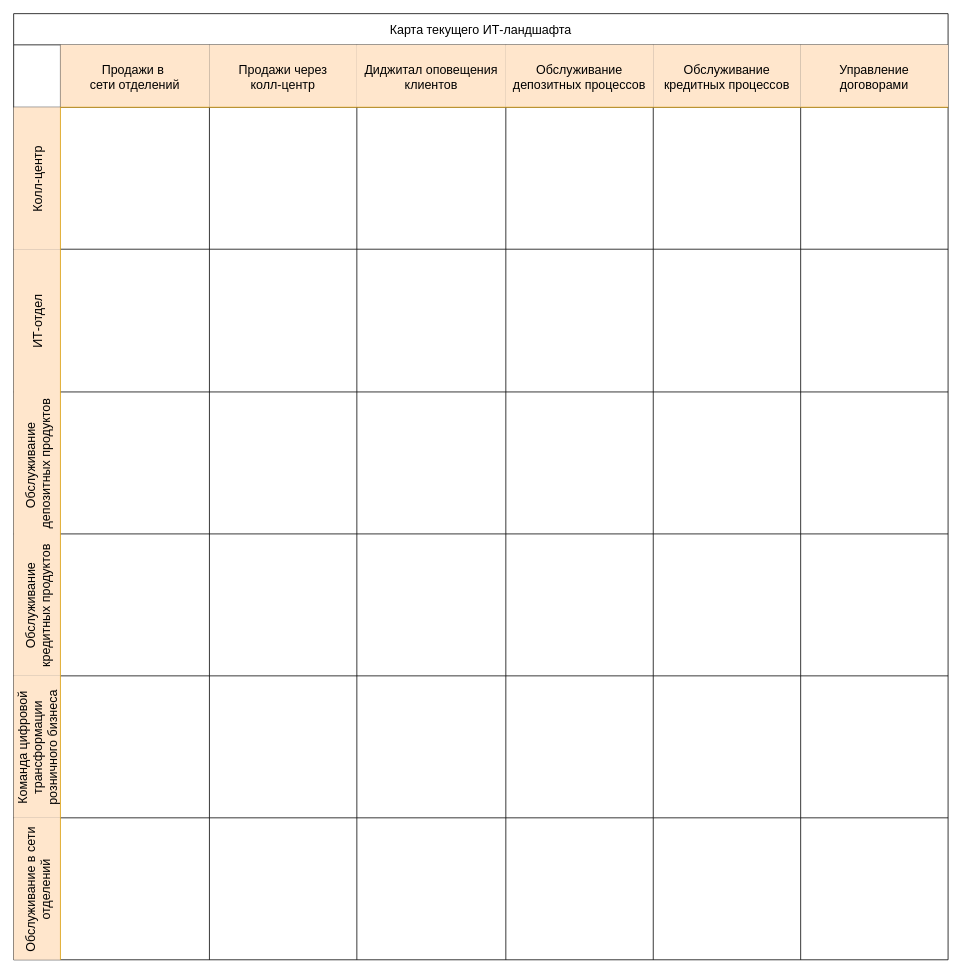
Earlier version of the draw.io diagram Task1/ИТ-ландшафт.drawio (realjungleman/architecture-standart). Source tidied: cells renumbered, new cells numbered last; positions are measured from the earlier drawing's top-left corner, leaving out a move shared by most shapes. Both pictures are drawn from the tidied source at 78%, with x=0, y=0 at pixel (13, 13).
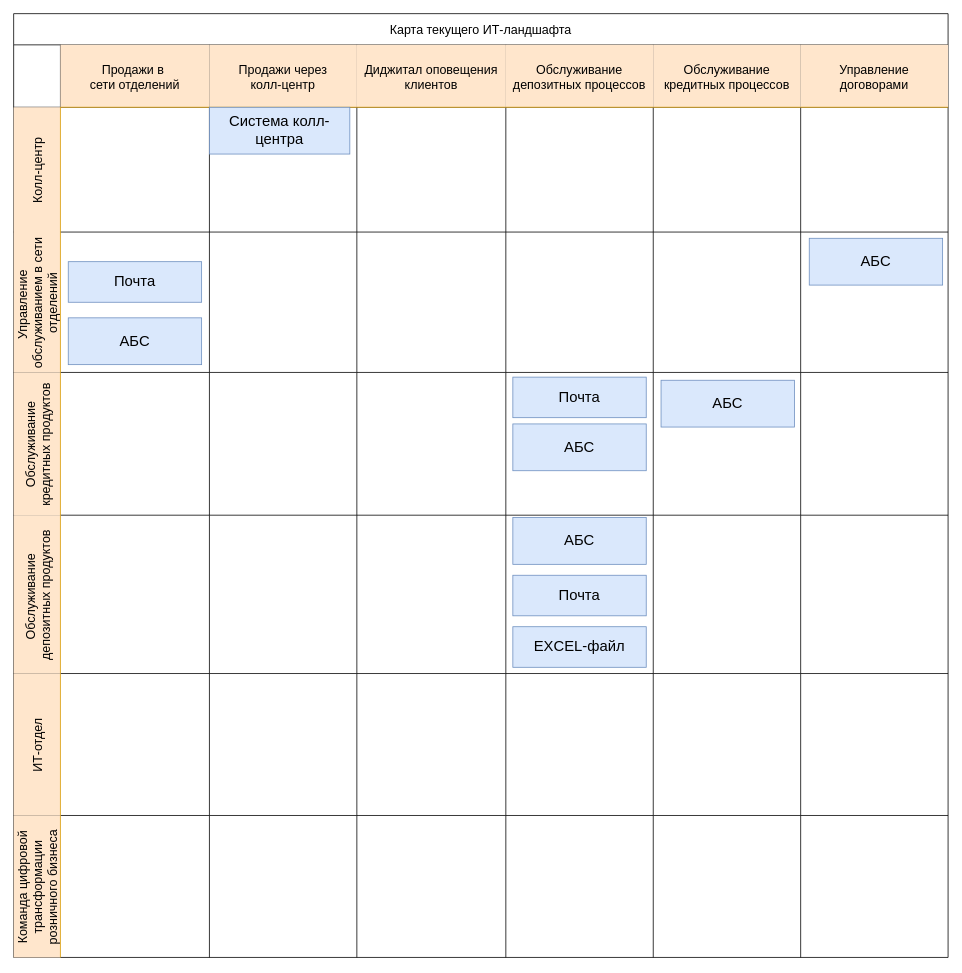
The same diagram, later.

Commit message (it also covers changes not shown here):
1_таск. ИТ-ландшафт и схема интеграций

The change refers to these unchanged cells:
```xml
<mxCell id="21" style="swimlane;swimlaneHead=0;swimlaneBody=0;fontStyle=0;strokeColor=inherit;fillColor=none;startSize=0;fontSize=16;" parent="17" vertex="1">
  <mxGeometry x="631" width="189" height="183" as="geometry" />
</mxCell>
<mxCell id="22" style="swimlane;swimlaneHead=0;swimlaneBody=0;fontStyle=0;strokeColor=inherit;fillColor=none;startSize=0;fontSize=16;" parent="17" vertex="1">
  <mxGeometry x="820" width="189" height="183" as="geometry" />
</mxCell>
```

Change to the diagram source:
```diff
@@
     <mxCell id="2" value="Карта текущего ИТ-ландшафта" style="shape=table;childLayout=tableLayout;startSize=40;fontSize=16;" parent="1" vertex="1">
-      <mxGeometry width="1198" height="1213" as="geometry" />
+      <mxGeometry width="1198" height="1210" as="geometry" />
     </mxCell>
@@
     <mxCell id="10" value="Колл-центр" style="shape=tableRow;horizontal=0;swimlaneHead=0;swimlaneBody=0;top=0;left=0;strokeColor=#d79b00;bottom=0;right=0;fontStyle=0;fillColor=#ffe6cc;startSize=60;fontSize=16;" parent="2" vertex="1">
-      <mxGeometry y="120" width="1198" height="182" as="geometry" />
+      <mxGeometry y="120" width="1198" height="160" as="geometry" />
     </mxCell>
     <mxCell id="11" style="swimlane;swimlaneHead=0;swimlaneBody=0;fontStyle=0;strokeColor=inherit;fillColor=none;startSize=0;fontSize=16;" parent="10" vertex="1">
-      <mxGeometry x="60" width="191" height="182" as="geometry" />
+      <mxGeometry x="60" width="191" height="160" as="geometry" />
     </mxCell>
     <mxCell id="12" style="swimlane;swimlaneHead=0;swimlaneBody=0;fontStyle=0;strokeColor=inherit;fillColor=none;startSize=0;fontSize=16;" parent="10" vertex="1">
-      <mxGeometry x="251" width="189" height="182" as="geometry" />
+      <mxGeometry x="251" width="189" height="160" as="geometry" />
     </mxCell>
+    <mxCell id="52" value="&lt;font style=&quot;font-size: 19px;&quot;&gt;Система колл-центра&lt;/font&gt;" style="text;html=1;whiteSpace=wrap;strokeColor=#6c8ebf;fillColor=#dae8fc;align=center;verticalAlign=middle;rounded=0;fontSize=16;" parent="12" vertex="1">
+      <mxGeometry width="180" height="60" as="geometry" />
+    </mxCell>
     <mxCell id="13" style="swimlane;swimlaneHead=0;swimlaneBody=0;fontStyle=0;strokeColor=inherit;fillColor=none;startSize=0;fontSize=16;" parent="10" vertex="1">
-      <mxGeometry x="440" width="191" height="182" as="geometry" />
+      <mxGeometry x="440" width="191" height="160" as="geometry" />
     </mxCell>
     <mxCell id="14" style="swimlane;swimlaneHead=0;swimlaneBody=0;fontStyle=0;strokeColor=inherit;fillColor=none;startSize=0;fontSize=16;" parent="10" vertex="1">
-      <mxGeometry x="631" width="189" height="182" as="geometry" />
+      <mxGeometry x="631" width="189" height="160" as="geometry" />
     </mxCell>
     <mxCell id="15" style="swimlane;swimlaneHead=0;swimlaneBody=0;fontStyle=0;strokeColor=inherit;fillColor=none;startSize=0;fontSize=16;" parent="10" vertex="1">
-      <mxGeometry x="820" width="189" height="182" as="geometry" />
+      <mxGeometry x="820" width="189" height="160" as="geometry" />
     </mxCell>
     <mxCell id="16" style="swimlane;swimlaneHead=0;swimlaneBody=0;fontStyle=0;strokeColor=inherit;fillColor=none;startSize=0;fontSize=16;" parent="10" vertex="1">
-      <mxGeometry x="1009" width="189" height="182" as="geometry" />
+      <mxGeometry x="1009" width="189" height="160" as="geometry" />
     </mxCell>
+    <mxCell id="53" value="Управление &#10;обслуживанием в сети&#10;отделений" style="shape=tableRow;horizontal=0;swimlaneHead=0;swimlaneBody=0;top=0;left=0;strokeColor=#d79b00;bottom=0;right=0;fontStyle=0;fillColor=#ffe6cc;startSize=60;fontSize=16;" parent="2" vertex="1">
+      <mxGeometry y="280" width="1198" height="180" as="geometry" />
+    </mxCell>
+    <mxCell id="54" style="swimlane;swimlaneHead=0;swimlaneBody=0;fontStyle=0;strokeColor=inherit;fillColor=none;startSize=0;fontSize=16;" parent="53" vertex="1">
+      <mxGeometry x="60" width="191" height="180" as="geometry" />
+    </mxCell>
+    <mxCell id="55" value="&lt;font style=&quot;font-size: 19px;&quot;&gt;Почта&lt;/font&gt;" style="text;html=1;whiteSpace=wrap;strokeColor=#6c8ebf;fillColor=#dae8fc;align=center;verticalAlign=middle;rounded=0;" parent="54" vertex="1">
+      <mxGeometry x="10" y="38" width="171" height="52" as="geometry" />
+    </mxCell>
+    <mxCell id="56" value="АБС" style="text;html=1;whiteSpace=wrap;strokeColor=#6c8ebf;fillColor=#dae8fc;align=center;verticalAlign=middle;rounded=0;fontSize=19;" parent="54" vertex="1">
+      <mxGeometry x="10" y="110" width="171" height="60" as="geometry" />
+    </mxCell>
+    <mxCell id="57" style="swimlane;swimlaneHead=0;swimlaneBody=0;fontStyle=0;strokeColor=inherit;fillColor=none;startSize=0;fontSize=16;" parent="53" vertex="1">
+      <mxGeometry x="251" width="189" height="180" as="geometry" />
+    </mxCell>
+    <mxCell id="58" style="swimlane;swimlaneHead=0;swimlaneBody=0;fontStyle=0;strokeColor=inherit;fillColor=none;startSize=0;fontSize=16;" parent="53" vertex="1">
+      <mxGeometry x="440" width="191" height="180" as="geometry" />
+    </mxCell>
+    <mxCell id="59" style="swimlane;swimlaneHead=0;swimlaneBody=0;fontStyle=0;strokeColor=inherit;fillColor=none;startSize=0;fontSize=16;" parent="53" vertex="1">
+      <mxGeometry x="631" width="189" height="180" as="geometry" />
+    </mxCell>
+    <mxCell id="60" style="swimlane;swimlaneHead=0;swimlaneBody=0;fontStyle=0;strokeColor=inherit;fillColor=none;startSize=0;fontSize=16;" parent="53" vertex="1">
+      <mxGeometry x="820" width="189" height="180" as="geometry" />
+    </mxCell>
+    <mxCell id="61" style="swimlane;swimlaneHead=0;swimlaneBody=0;fontStyle=0;strokeColor=inherit;fillColor=none;startSize=0;fontSize=16;" parent="53" vertex="1">
+      <mxGeometry x="1009" width="189" height="180" as="geometry" />
+    </mxCell>
+    <mxCell id="62" value="АБС" style="text;html=1;whiteSpace=wrap;strokeColor=#6c8ebf;fillColor=#dae8fc;align=center;verticalAlign=middle;rounded=0;fontSize=19;" parent="61" vertex="1">
+      <mxGeometry x="11" y="8" width="171" height="60" as="geometry" />
+    </mxCell>
-    <mxCell id="17" value="ИТ-отдел" style="shape=tableRow;horizontal=0;swimlaneHead=0;swimlaneBody=0;top=0;left=0;strokeColor=#d79b00;bottom=0;right=0;fontStyle=0;fillColor=#ffe6cc;startSize=60;fontSize=16;" parent="2" vertex="1">
-      <mxGeometry y="302" width="1198" height="183" as="geometry" />
+    <mxCell id="17" value="Обслуживание&#10;кредитных продуктов" style="shape=tableRow;horizontal=0;swimlaneHead=0;swimlaneBody=0;top=0;left=0;strokeColor=#d79b00;bottom=0;right=0;fontStyle=0;fillColor=#ffe6cc;startSize=60;fontSize=16;" parent="2" vertex="1">
+      <mxGeometry y="460" width="1198" height="183" as="geometry" />
     </mxCell>
@@
+    <mxCell id="63" value="&lt;font style=&quot;font-size: 19px;&quot;&gt;Почта&lt;/font&gt;" style="text;html=1;whiteSpace=wrap;strokeColor=#6c8ebf;fillColor=#dae8fc;align=center;verticalAlign=middle;rounded=0;" parent="21" vertex="1">
+      <mxGeometry x="9" y="6" width="171" height="52" as="geometry" />
+    </mxCell>
+    <mxCell id="64" value="АБС" style="text;html=1;whiteSpace=wrap;strokeColor=#6c8ebf;fillColor=#dae8fc;align=center;verticalAlign=middle;rounded=0;fontSize=19;" parent="21" vertex="1">
+      <mxGeometry x="9" y="66" width="171" height="60" as="geometry" />
+    </mxCell>
@@
+    <mxCell id="65" value="АБС" style="text;html=1;whiteSpace=wrap;strokeColor=#6c8ebf;fillColor=#dae8fc;align=center;verticalAlign=middle;rounded=0;fontSize=19;" parent="22" vertex="1">
+      <mxGeometry x="10" y="10" width="171" height="60" as="geometry" />
+    </mxCell>
@@
     <mxCell id="24" value="Обслуживание &#10;депозитных продуктов" style="shape=tableRow;horizontal=0;swimlaneHead=0;swimlaneBody=0;top=0;left=0;strokeColor=#d79b00;bottom=0;right=0;fontStyle=0;fillColor=#ffe6cc;startSize=60;fontSize=16;" parent="2" vertex="1">
-      <mxGeometry y="485" width="1198" height="182" as="geometry" />
+      <mxGeometry y="643" width="1198" height="203" as="geometry" />
     </mxCell>
     <mxCell id="25" style="swimlane;swimlaneHead=0;swimlaneBody=0;fontStyle=0;strokeColor=inherit;fillColor=none;startSize=0;fontSize=16;" parent="24" vertex="1">
-      <mxGeometry x="60" width="191" height="182" as="geometry" />
+      <mxGeometry x="60" width="191" height="203" as="geometry" />
     </mxCell>
     <mxCell id="26" style="swimlane;swimlaneHead=0;swimlaneBody=0;fontStyle=0;strokeColor=inherit;fillColor=none;startSize=0;fontSize=16;" parent="24" vertex="1">
-      <mxGeometry x="251" width="189" height="182" as="geometry" />
+      <mxGeometry x="251" width="189" height="203" as="geometry" />
     </mxCell>
     <mxCell id="27" style="swimlane;swimlaneHead=0;swimlaneBody=0;fontStyle=0;strokeColor=inherit;fillColor=none;startSize=0;fontSize=16;" parent="24" vertex="1">
-      <mxGeometry x="440" width="191" height="182" as="geometry" />
+      <mxGeometry x="440" width="191" height="203" as="geometry" />
     </mxCell>
     <mxCell id="28" style="swimlane;swimlaneHead=0;swimlaneBody=0;fontStyle=0;strokeColor=inherit;fillColor=none;startSize=0;fontSize=16;" parent="24" vertex="1">
-      <mxGeometry x="631" width="189" height="182" as="geometry" />
+      <mxGeometry x="631" width="189" height="203" as="geometry" />
     </mxCell>
+    <mxCell id="66" value="АБС" style="text;html=1;whiteSpace=wrap;strokeColor=#6c8ebf;fillColor=#dae8fc;align=center;verticalAlign=middle;rounded=0;fontSize=19;" parent="28" vertex="1">
+      <mxGeometry x="9" y="3" width="171" height="60" as="geometry" />
+    </mxCell>
+    <mxCell id="67" value="&lt;font style=&quot;font-size: 19px;&quot;&gt;Почта&lt;/font&gt;" style="text;html=1;whiteSpace=wrap;strokeColor=#6c8ebf;fillColor=#dae8fc;align=center;verticalAlign=middle;rounded=0;" parent="28" vertex="1">
+      <mxGeometry x="9" y="77" width="171" height="52" as="geometry" />
+    </mxCell>
+    <mxCell id="68" value="&lt;font style=&quot;font-size: 19px;&quot;&gt;EXCEL-файл&lt;/font&gt;" style="text;html=1;whiteSpace=wrap;strokeColor=#6c8ebf;fillColor=#dae8fc;align=center;verticalAlign=middle;rounded=0;" parent="28" vertex="1">
+      <mxGeometry x="9" y="143" width="171" height="52" as="geometry" />
+    </mxCell>
     <mxCell id="29" style="swimlane;swimlaneHead=0;swimlaneBody=0;fontStyle=0;strokeColor=inherit;fillColor=none;startSize=0;fontSize=16;" parent="24" vertex="1">
-      <mxGeometry x="820" width="189" height="182" as="geometry" />
+      <mxGeometry x="820" width="189" height="203" as="geometry" />
     </mxCell>
     <mxCell id="30" style="swimlane;swimlaneHead=0;swimlaneBody=0;fontStyle=0;strokeColor=inherit;fillColor=none;startSize=0;fontSize=16;" parent="24" vertex="1">
-      <mxGeometry x="1009" width="189" height="182" as="geometry" />
+      <mxGeometry x="1009" width="189" height="203" as="geometry" />
     </mxCell>
-    <mxCell id="31" value="Обслуживание&#10;кредитных продуктов" style="shape=tableRow;horizontal=0;swimlaneHead=0;swimlaneBody=0;top=0;left=0;strokeColor=#d79b00;bottom=0;right=0;fontStyle=0;fillColor=#ffe6cc;startSize=60;fontSize=16;" parent="2" vertex="1">
-      <mxGeometry y="667" width="1198" height="182" as="geometry" />
+    <mxCell id="31" value="ИТ-отдел" style="shape=tableRow;horizontal=0;swimlaneHead=0;swimlaneBody=0;top=0;left=0;strokeColor=#d79b00;bottom=0;right=0;fontStyle=0;fillColor=#ffe6cc;startSize=60;fontSize=16;" parent="2" vertex="1">
+      <mxGeometry y="846" width="1198" height="182" as="geometry" />
     </mxCell>
@@
     <mxCell id="38" value="Команда цифровой&#10;трансформации&#10;розничного бизнеса" style="shape=tableRow;horizontal=0;swimlaneHead=0;swimlaneBody=0;top=0;left=0;strokeColor=#d79b00;bottom=0;right=0;fontStyle=0;fillColor=#ffe6cc;startSize=60;fontSize=16;" parent="2" vertex="1">
-      <mxGeometry y="849" width="1198" height="182" as="geometry" />
+      <mxGeometry y="1028" width="1198" height="182" as="geometry" />
     </mxCell>
@@
-    <mxCell id="45" value="Обслуживание в сети&#10;отделений" style="shape=tableRow;horizontal=0;swimlaneHead=0;swimlaneBody=0;top=0;left=0;strokeColor=#d79b00;bottom=0;right=0;fontStyle=0;fillColor=#ffe6cc;startSize=60;fontSize=16;" parent="2" vertex="1">
-      <mxGeometry y="1031" width="1198" height="182" as="geometry" />
-    </mxCell>
-    <mxCell id="46" style="swimlane;swimlaneHead=0;swimlaneBody=0;fontStyle=0;strokeColor=inherit;fillColor=none;startSize=0;fontSize=16;" parent="45" vertex="1">
-      <mxGeometry x="60" width="191" height="182" as="geometry" />
-    </mxCell>
-    <mxCell id="47" style="swimlane;swimlaneHead=0;swimlaneBody=0;fontStyle=0;strokeColor=inherit;fillColor=none;startSize=0;fontSize=16;" parent="45" vertex="1">
-      <mxGeometry x="251" width="189" height="182" as="geometry" />
-    </mxCell>
-    <mxCell id="48" style="swimlane;swimlaneHead=0;swimlaneBody=0;fontStyle=0;strokeColor=inherit;fillColor=none;startSize=0;fontSize=16;" parent="45" vertex="1">
-      <mxGeometry x="440" width="191" height="182" as="geometry" />
-    </mxCell>
-    <mxCell id="49" style="swimlane;swimlaneHead=0;swimlaneBody=0;fontStyle=0;strokeColor=inherit;fillColor=none;startSize=0;fontSize=16;" parent="45" vertex="1">
-      <mxGeometry x="631" width="189" height="182" as="geometry" />
-    </mxCell>
-    <mxCell id="50" style="swimlane;swimlaneHead=0;swimlaneBody=0;fontStyle=0;strokeColor=inherit;fillColor=none;startSize=0;fontSize=16;" parent="45" vertex="1">
-      <mxGeometry x="820" width="189" height="182" as="geometry" />
-    </mxCell>
-    <mxCell id="51" style="swimlane;swimlaneHead=0;swimlaneBody=0;fontStyle=0;strokeColor=inherit;fillColor=none;startSize=0;fontSize=16;" parent="45" vertex="1">
-      <mxGeometry x="1009" width="189" height="182" as="geometry" />
-    </mxCell>
```
